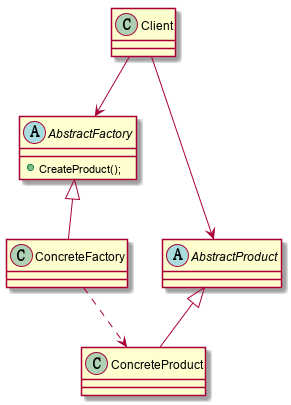
Before: src/main/resources/AbstractFactory.png, a diagram exported from PlantUML (haoy1220/The-Zen-of-Design-Patterns).
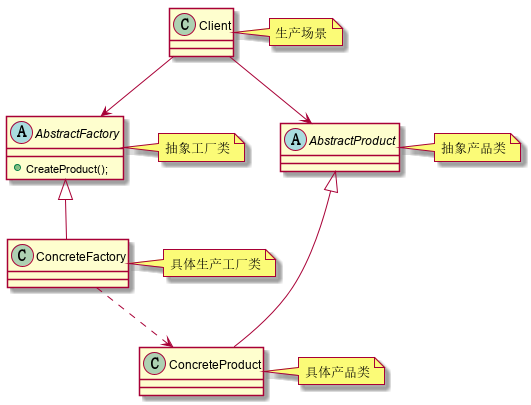
Above is the later version.

What changed in the source:
```diff
@@ -2,22 +2,27 @@
 
 class Client{
 }
+note right of Client:生产场景
 
 abstract class AbstractFactory{
 + CreateProduct();
 }
+note right of AbstractFactory:抽象工厂类
 Client-->AbstractFactory
 Client-->AbstractProduct
 
 class ConcreteFactory{
 }
+note right of ConcreteFactory:具体生产工厂类
 AbstractFactory<|--ConcreteFactory
 
 abstract class AbstractProduct{
 }
+note right of AbstractProduct:抽象产品类
 
 class ConcreteProduct{
 }
+note right of ConcreteProduct:具体产品类
 AbstractProduct<|--ConcreteProduct
 
 ConcreteFactory..>ConcreteProduct
```
